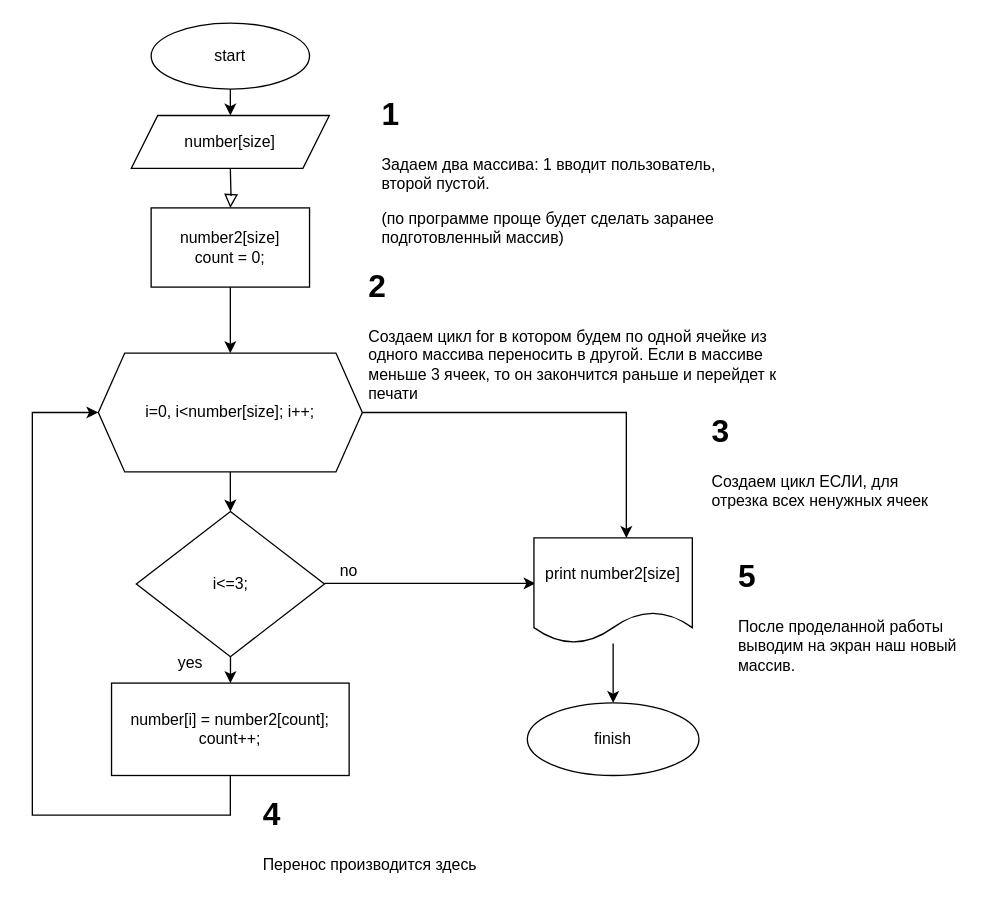
ywast1k/word11012024 keeps this draw.io diagram as схема.drawio. Above is the earlier version. Source tidied: cells renumbered, new cells numbered last; positions are measured from the earlier drawing's top-left corner, leaving out a move shared by most shapes. Both pictures are drawn from the tidied source at 132%, with x=0, y=0 at pixel (32, 22).
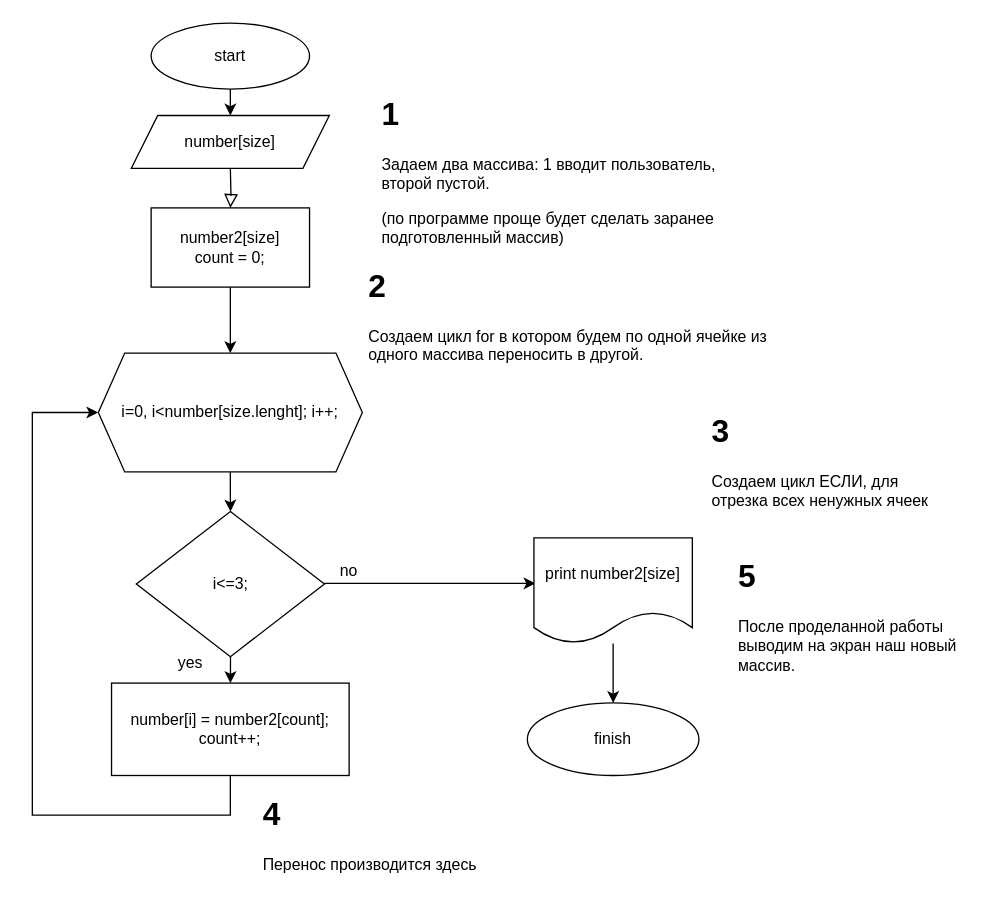
The same page after the edit.

Change to the diagram source:
```diff
@@
-    <mxCell id="10" value="i=0, i&amp;lt;number[size]; i++;" style="shape=hexagon;perimeter=hexagonPerimeter2;whiteSpace=wrap;html=1;fixedSize=1;" parent="1" vertex="1">
+    <mxCell id="10" value="i=0, i&amp;lt;number[size.lenght]; i++;" style="shape=hexagon;perimeter=hexagonPerimeter2;whiteSpace=wrap;html=1;fixedSize=1;" parent="1" vertex="1">
       <mxGeometry x="50" y="250" width="200" height="90" as="geometry" />
     </mxCell>
-    <mxCell id="11" value="&lt;h1&gt;2&lt;/h1&gt;&lt;p&gt;Создаем цикл for в котором будем по одной ячейке из одного массива переносить в другой. Если в массиве меньше 3 ячеек, то он закончится раньше и перейдет к печати&lt;br&gt;&lt;/p&gt;" style="text;html=1;strokeColor=none;fillColor=none;spacing=5;spacingTop=-20;whiteSpace=wrap;overflow=hidden;rounded=0;" parent="1" vertex="1">
+    <mxCell id="11" value="&lt;h1&gt;2&lt;/h1&gt;&lt;p&gt;Создаем цикл for в котором будем по одной ячейке из одного массива переносить в другой.&amp;nbsp;&lt;br&gt;&lt;/p&gt;" style="text;html=1;strokeColor=none;fillColor=none;spacing=5;spacingTop=-20;whiteSpace=wrap;overflow=hidden;rounded=0;" parent="1" vertex="1">
       <mxGeometry x="250" y="180" width="330" height="110" as="geometry" />
     </mxCell>
@@
-    <mxCell id="20" style="endArrow=classic;html=1;rounded=0;exitX=1;exitY=0.5;exitDx=0;exitDy=0;" parent="1" edge="1" source="10">
-      <mxGeometry relative="1" as="geometry">
-        <mxPoint x="450" y="390" as="targetPoint" />
-        <Array as="points">
-          <mxPoint x="450" y="295" />
-        </Array>
-      </mxGeometry>
-    </mxCell>
```
